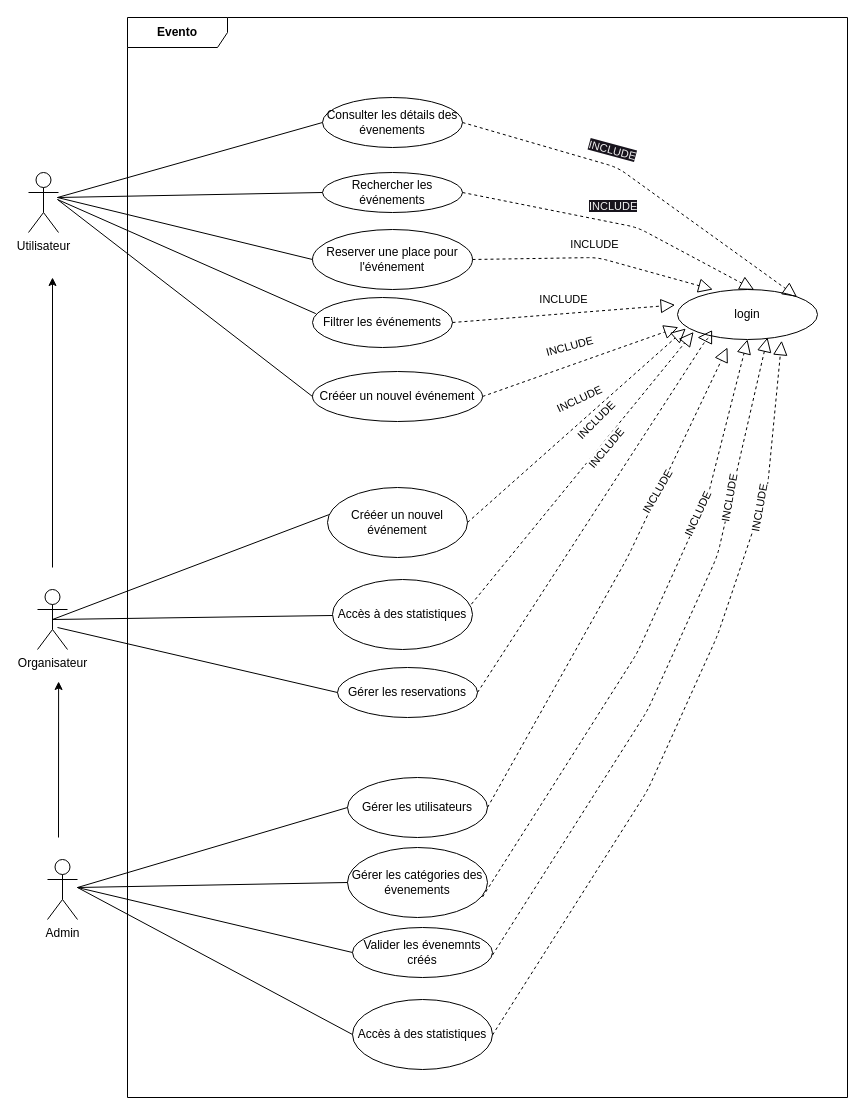
The draw.io diagram use_case.drawio in Mohamed072005/YouEvent, before the edit. Source tidied: cells renumbered, new cells numbered last; positions are measured from the earlier drawing's top-left corner, leaving out a move shared by most shapes. Both pictures are drawn from the tidied source at 100%, with x=0, y=0 at pixel (28, 17).
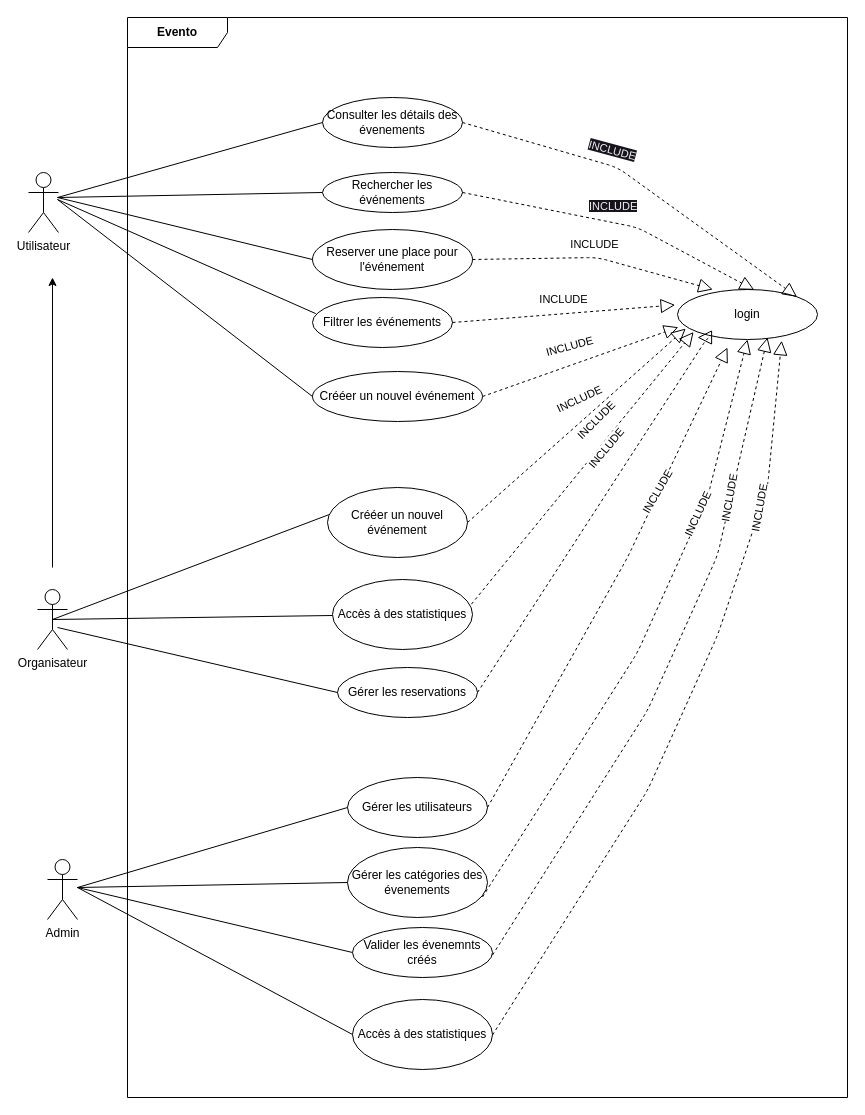
The same diagram, later.

Change to the diagram source:
```diff
@@
-    <mxCell id="28" style="endArrow=classic;html=1;" parent="1" edge="1">
-      <mxGeometry relative="1" as="geometry">
-        <mxPoint x="30" y="820" as="sourcePoint" />
-        <mxPoint x="30.1" y="664" as="targetPoint" />
-      </mxGeometry>
-    </mxCell>
```
